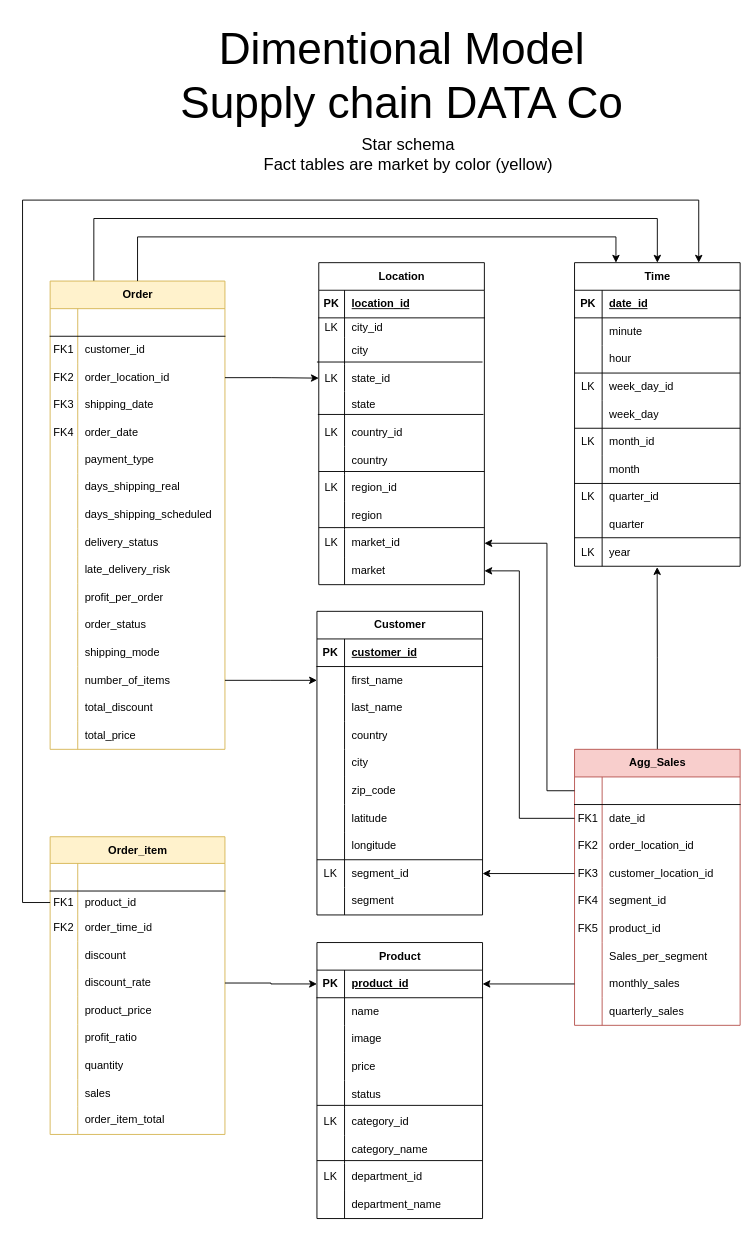
Above: Model-designs/dimensional.drawio in crdsteixeira/DW_project (draw.io), before the change. Source tidied: cells renumbered, new cells numbered last; positions are measured from the earlier drawing's top-left corner, leaving out a move shared by most shapes. Both pictures are drawn from the tidied source at 92%, with x=0, y=0 at pixel (22, 16).
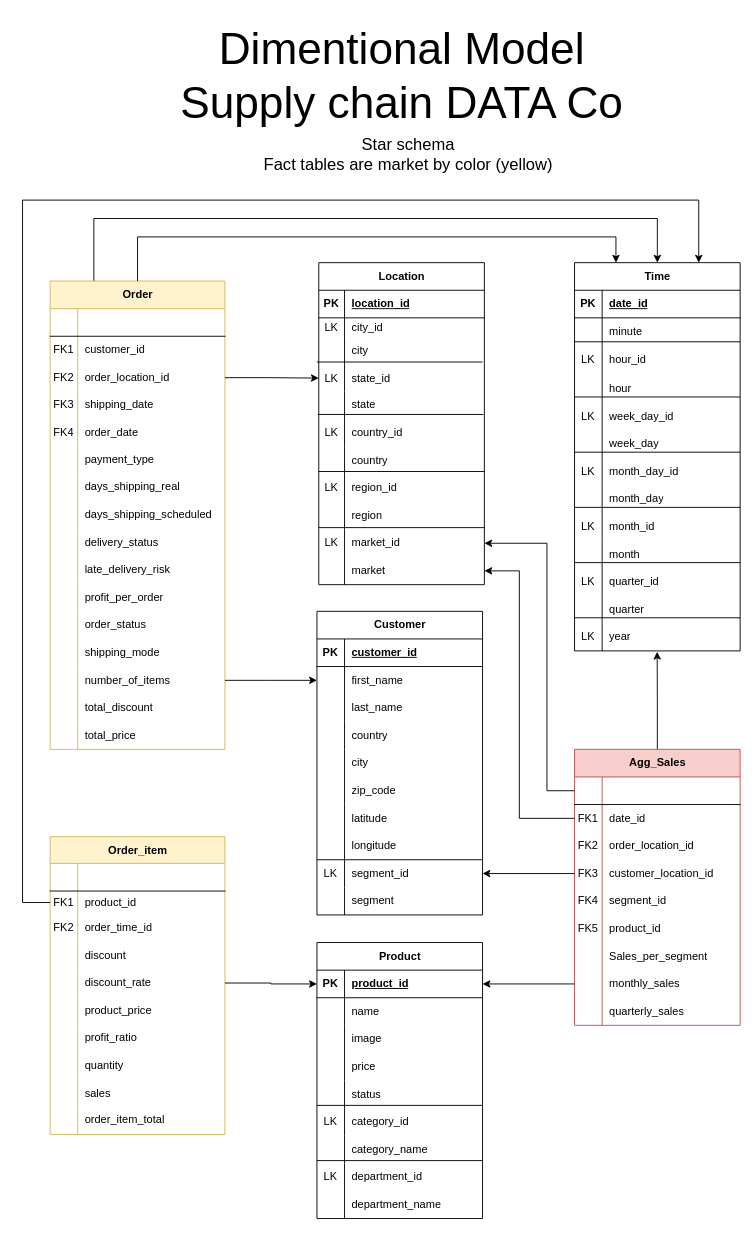
The same diagram, later.

The edit, as a diff of the source:
```diff
@@
     <mxCell id="112" value="Time" style="shape=table;startSize=30;childLayout=tableLayout;rowLines=0;fontStyle=1;align=center;html=1;" parent="1" vertex="1">
-      <mxGeometry x="600" y="268" width="180" height="330" as="geometry" />
+      <mxGeometry x="600" y="268" width="180" height="422" as="geometry" />
     </mxCell>
@@
+    <mxCell id="259" style="shape=tableRow;horizontal=0;startSize=0;swimlaneHead=0;swimlaneBody=0;fillColor=none;top=0;left=0;right=0;bottom=0;" parent="112" vertex="1">
+      <mxGeometry y="90" width="180" height="32" as="geometry" />
+    </mxCell>
+    <mxCell id="260" value="LK" style="shape=partialRectangle;fillColor=none;top=0;left=0;bottom=0;right=0;overflow=hidden;whiteSpace=wrap;html=1;" parent="259" vertex="1">
+      <mxGeometry width="30" height="32" as="geometry" />
+    </mxCell>
+    <mxCell id="261" value="hour_id" style="shape=partialRectangle;fillColor=none;top=0;left=0;bottom=0;right=0;align=left;spacingLeft=6;overflow=hidden;whiteSpace=wrap;html=1;" parent="259" vertex="1">
+      <mxGeometry x="30" width="150" height="32" as="geometry" />
+    </mxCell>
     <mxCell id="119" style="shape=tableRow;horizontal=0;startSize=0;swimlaneHead=0;swimlaneBody=0;fillColor=none;top=0;left=0;right=0;bottom=0;" parent="112" vertex="1">
-      <mxGeometry y="90" width="180" height="30" as="geometry" />
+      <mxGeometry y="122" width="180" height="30" as="geometry" />
     </mxCell>
@@
     <mxCell id="122" style="shape=tableRow;horizontal=0;startSize=0;swimlaneHead=0;swimlaneBody=0;fillColor=none;top=0;left=0;right=0;bottom=0;" parent="112" vertex="1">
-      <mxGeometry y="120" width="180" height="30" as="geometry" />
+      <mxGeometry y="152" width="180" height="30" as="geometry" />
     </mxCell>
@@
     <mxCell id="125" style="shape=tableRow;horizontal=0;startSize=0;swimlaneHead=0;swimlaneBody=0;fillColor=none;top=0;left=0;right=0;bottom=0;" parent="112" vertex="1">
-      <mxGeometry y="150" width="180" height="30" as="geometry" />
+      <mxGeometry y="182" width="180" height="30" as="geometry" />
     </mxCell>
@@
+    <mxCell id="262" style="shape=tableRow;horizontal=0;startSize=0;swimlaneHead=0;swimlaneBody=0;fillColor=none;top=0;left=0;right=0;bottom=0;" parent="112" vertex="1">
+      <mxGeometry y="212" width="180" height="30" as="geometry" />
+    </mxCell>
+    <mxCell id="263" value="LK" style="shape=partialRectangle;fillColor=none;top=0;left=0;bottom=0;right=0;overflow=hidden;whiteSpace=wrap;html=1;" parent="262" vertex="1">
+      <mxGeometry width="30" height="30" as="geometry" />
+    </mxCell>
+    <mxCell id="264" value="month_day_id" style="shape=partialRectangle;fillColor=none;top=0;left=0;bottom=0;right=0;align=left;spacingLeft=6;overflow=hidden;whiteSpace=wrap;html=1;" parent="262" vertex="1">
+      <mxGeometry x="30" width="150" height="30" as="geometry" />
+    </mxCell>
+    <mxCell id="265" style="shape=tableRow;horizontal=0;startSize=0;swimlaneHead=0;swimlaneBody=0;fillColor=none;top=0;left=0;right=0;bottom=0;" parent="112" vertex="1">
+      <mxGeometry y="242" width="180" height="30" as="geometry" />
+    </mxCell>
+    <mxCell id="266" style="shape=partialRectangle;fillColor=none;top=0;left=0;bottom=0;right=0;overflow=hidden;whiteSpace=wrap;html=1;" parent="265" vertex="1">
+      <mxGeometry width="30" height="30" as="geometry" />
+    </mxCell>
+    <mxCell id="267" value="month_day" style="shape=partialRectangle;fillColor=none;top=0;left=0;bottom=0;right=0;align=left;spacingLeft=6;overflow=hidden;whiteSpace=wrap;html=1;" parent="265" vertex="1">
+      <mxGeometry x="30" width="150" height="30" as="geometry" />
+    </mxCell>
     <mxCell id="128" style="shape=tableRow;horizontal=0;startSize=0;swimlaneHead=0;swimlaneBody=0;fillColor=none;top=0;left=0;right=0;bottom=0;" parent="112" vertex="1">
-      <mxGeometry y="180" width="180" height="30" as="geometry" />
+      <mxGeometry y="272" width="180" height="30" as="geometry" />
     </mxCell>
@@
     <mxCell id="131" style="shape=tableRow;horizontal=0;startSize=0;swimlaneHead=0;swimlaneBody=0;fillColor=none;top=0;left=0;right=0;bottom=0;" parent="112" vertex="1">
-      <mxGeometry y="210" width="180" height="30" as="geometry" />
+      <mxGeometry y="302" width="180" height="30" as="geometry" />
     </mxCell>
@@
     <mxCell id="134" style="shape=tableRow;horizontal=0;startSize=0;swimlaneHead=0;swimlaneBody=0;fillColor=none;top=0;left=0;right=0;bottom=0;" parent="112" vertex="1">
-      <mxGeometry y="240" width="180" height="30" as="geometry" />
+      <mxGeometry y="332" width="180" height="30" as="geometry" />
     </mxCell>
@@
     <mxCell id="137" style="shape=tableRow;horizontal=0;startSize=0;swimlaneHead=0;swimlaneBody=0;fillColor=none;top=0;left=0;right=0;bottom=0;" parent="112" vertex="1">
-      <mxGeometry y="270" width="180" height="30" as="geometry" />
+      <mxGeometry y="362" width="180" height="30" as="geometry" />
     </mxCell>
@@
     <mxCell id="140" style="shape=tableRow;horizontal=0;startSize=0;swimlaneHead=0;swimlaneBody=0;fillColor=none;points=[[0,0.5],[1,0.5]];portConstraint=eastwest;top=0;left=0;right=0;bottom=0;" parent="112" vertex="1">
-      <mxGeometry y="300" width="180" height="30" as="geometry" />
+      <mxGeometry y="392" width="180" height="30" as="geometry" />
     </mxCell>
@@
     <mxCell id="244" style="line;strokeWidth=1;fillColor=none;align=left;verticalAlign=middle;spacingTop=-1;spacingLeft=3;spacingRight=3;labelPosition=right;strokeColor=inherit;" parent="1" vertex="1">
-      <mxGeometry x="600" y="384" width="180" height="8" as="geometry" />
+      <mxGeometry x="600" y="350" width="180" height="8" as="geometry" />
     </mxCell>
     <mxCell id="245" style="line;strokeWidth=1;fillColor=none;align=left;verticalAlign=middle;spacingTop=-1;spacingLeft=3;spacingRight=3;labelPosition=right;strokeColor=inherit;" parent="1" vertex="1">
-      <mxGeometry x="600" y="444" width="180" height="8" as="geometry" />
+      <mxGeometry x="600" y="470" width="180" height="8" as="geometry" />
     </mxCell>
     <mxCell id="246" style="line;strokeWidth=1;fillColor=none;align=left;verticalAlign=middle;spacingTop=-1;spacingLeft=3;spacingRight=3;labelPosition=right;strokeColor=inherit;" parent="1" vertex="1">
-      <mxGeometry x="600" y="504" width="180" height="8" as="geometry" />
+      <mxGeometry x="600" y="530" width="180" height="8" as="geometry" />
     </mxCell>
     <mxCell id="247" style="line;strokeWidth=1;fillColor=none;align=left;verticalAlign=middle;spacingTop=-1;spacingLeft=3;spacingRight=3;labelPosition=right;strokeColor=inherit;" parent="1" vertex="1">
-      <mxGeometry x="600" y="563" width="180" height="8" as="geometry" />
+      <mxGeometry x="600" y="590" width="180" height="8" as="geometry" />
     </mxCell>
@@
+    <mxCell id="268" style="line;strokeWidth=1;fillColor=none;align=left;verticalAlign=middle;spacingTop=-1;spacingLeft=3;spacingRight=3;labelPosition=right;strokeColor=inherit;" parent="1" vertex="1">
+      <mxGeometry x="600" y="410" width="180" height="8" as="geometry" />
+    </mxCell>
+    <mxCell id="269" style="line;strokeWidth=1;fillColor=none;align=left;verticalAlign=middle;spacingTop=-1;spacingLeft=3;spacingRight=3;labelPosition=right;strokeColor=inherit;" parent="1" vertex="1">
+      <mxGeometry x="600" y="650" width="180" height="8" as="geometry" />
+    </mxCell>
```
